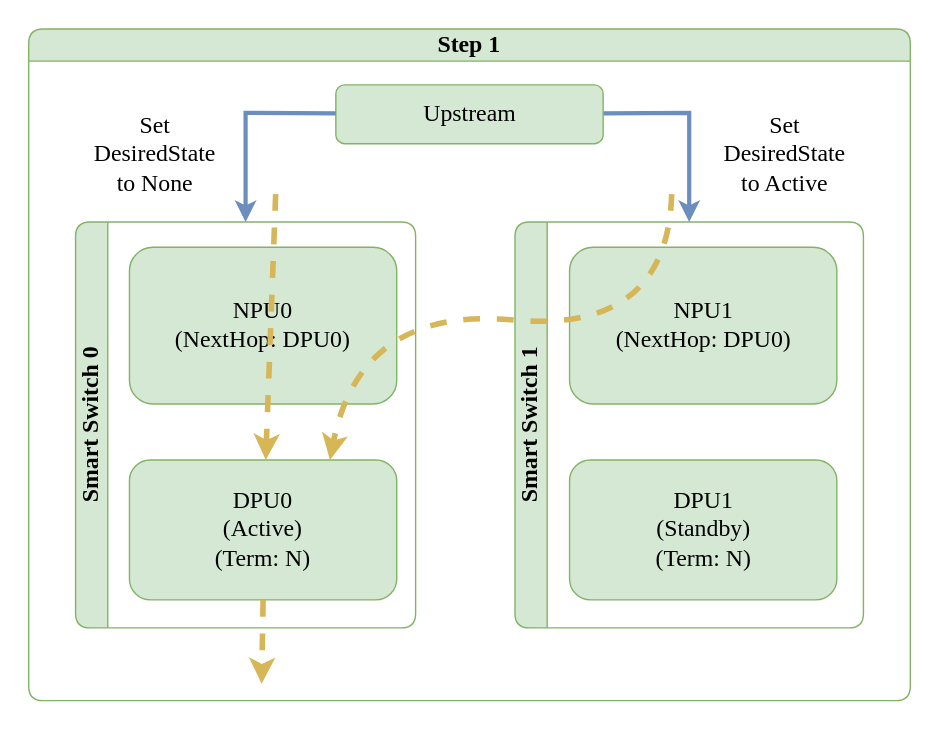
Above: doc/smart-switch/high-availability/images/ha-planned-events-switchover-step-1.svg in sonic-net/SONiC (draw.io), before the change. Source tidied: cells renumbered, new cells last; positions are measured from the earlier drawing's top-left corner, leaving out a move shared by most shapes.
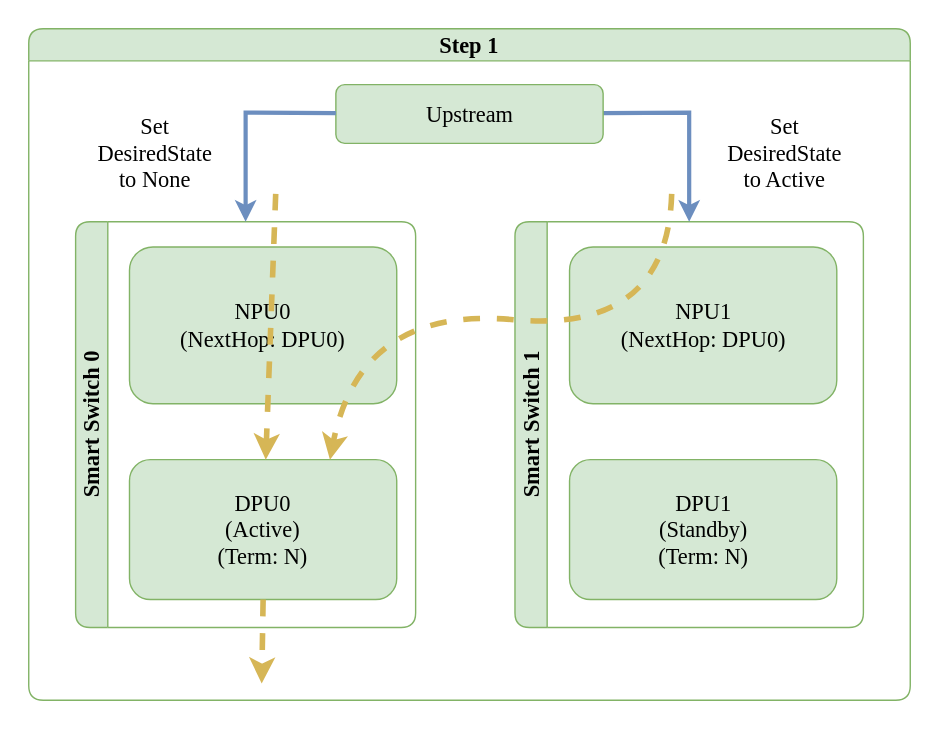
The same diagram one commit later.

Change to the diagram source:
```diff
@@ -2,33 +2,33 @@
   <root>
     <mxCell id="0" />
     <mxCell id="1" parent="0" />
-    <mxCell id="2" value="Step 1" style="swimlane;horizontal=1;whiteSpace=wrap;html=1;rounded=1;labelBorderColor=none;strokeColor=#82b366;fontFamily=Consolas;fontSize=17;startSize=23;fillColor=#d5e8d4;swimlaneFillColor=#FFFFFF;" parent="1" vertex="1">
+    <mxCell id="2" value="Step 1" style="swimlane;horizontal=1;whiteSpace=wrap;html=1;rounded=1;labelBorderColor=none;strokeColor=#82b366;fontFamily=Monaco;fontSize=16;startSize=23;fillColor=#d5e8d4;swimlaneFillColor=#FFFFFF;" parent="1" vertex="1">
       <mxGeometry width="630" height="480" as="geometry" />
     </mxCell>
-    <mxCell id="3" value="Smart Switch 0" style="swimlane;horizontal=0;whiteSpace=wrap;html=1;rounded=1;labelBorderColor=none;strokeColor=#82b366;fontFamily=Consolas;fontSize=17;startSize=23;fillColor=#d5e8d4;swimlaneFillColor=#FFFFFF;" parent="2" vertex="1">
+    <mxCell id="3" value="Smart Switch 0" style="swimlane;horizontal=0;whiteSpace=wrap;html=1;rounded=1;labelBorderColor=none;strokeColor=#82b366;fontFamily=Monaco;fontSize=16;startSize=23;fillColor=#d5e8d4;swimlaneFillColor=#FFFFFF;" parent="2" vertex="1">
       <mxGeometry x="33.5" y="138" width="243" height="290" as="geometry" />
     </mxCell>
-    <mxCell id="4" value="NPU0&lt;br style=&quot;font-size: 17px;&quot;&gt;(NextHop: DPU0)" style="rounded=1;whiteSpace=wrap;html=1;strokeColor=#82b366;fontFamily=Consolas;fontSize=17;startSize=23;fillColor=#d5e8d4;" parent="3" vertex="1">
+    <mxCell id="4" value="NPU0&lt;br style=&quot;font-size: 16px;&quot;&gt;(NextHop: DPU0)" style="rounded=1;whiteSpace=wrap;html=1;strokeColor=#82b366;fontFamily=Monaco;fontSize=16;startSize=23;fillColor=#d5e8d4;" parent="3" vertex="1">
       <mxGeometry x="38.5" y="18" width="191" height="112" as="geometry" />
     </mxCell>
-    <mxCell id="5" value="DPU0&lt;br style=&quot;border-color: var(--border-color); font-size: 17px;&quot;&gt;(Active)&lt;br style=&quot;border-color: var(--border-color); font-size: 17px;&quot;&gt;(Term: N)" style="rounded=1;whiteSpace=wrap;html=1;strokeColor=#82b366;fontFamily=Consolas;fontSize=17;startSize=23;fillColor=#d5e8d4;" parent="3" vertex="1">
+    <mxCell id="5" value="DPU0&lt;br style=&quot;border-color: var(--border-color); font-size: 16px;&quot;&gt;(Active)&lt;br style=&quot;border-color: var(--border-color); font-size: 16px;&quot;&gt;(Term: N)" style="rounded=1;whiteSpace=wrap;html=1;strokeColor=#82b366;fontFamily=Monaco;fontSize=16;startSize=23;fillColor=#d5e8d4;" parent="3" vertex="1">
       <mxGeometry x="38.5" y="170" width="191" height="100" as="geometry" />
     </mxCell>
-    <mxCell id="6" value="Smart Switch 1" style="swimlane;horizontal=0;whiteSpace=wrap;html=1;rounded=1;labelBorderColor=none;strokeColor=#82b366;fontFamily=Consolas;fontSize=17;startSize=23;fillColor=#d5e8d4;swimlaneFillColor=#FFFFFF;" parent="2" vertex="1">
+    <mxCell id="6" value="Smart Switch 1" style="swimlane;horizontal=0;whiteSpace=wrap;html=1;rounded=1;labelBorderColor=none;strokeColor=#82b366;fontFamily=Monaco;fontSize=16;startSize=23;fillColor=#d5e8d4;swimlaneFillColor=#FFFFFF;" parent="2" vertex="1">
       <mxGeometry x="347.5" y="138" width="249" height="290" as="geometry" />
     </mxCell>
-    <mxCell id="7" value="NPU1&lt;br style=&quot;font-size: 17px;&quot;&gt;(NextHop: DPU0)" style="rounded=1;whiteSpace=wrap;html=1;strokeColor=#82b366;fontFamily=Consolas;fontSize=17;startSize=23;fillColor=#d5e8d4;" parent="6" vertex="1">
+    <mxCell id="7" value="NPU1&lt;br style=&quot;font-size: 16px;&quot;&gt;(NextHop: DPU0)" style="rounded=1;whiteSpace=wrap;html=1;strokeColor=#82b366;fontFamily=Monaco;fontSize=16;startSize=23;fillColor=#d5e8d4;" parent="6" vertex="1">
       <mxGeometry x="39" y="18" width="191" height="112" as="geometry" />
     </mxCell>
-    <mxCell id="8" value="DPU1&lt;br style=&quot;border-color: var(--border-color); font-size: 17px;&quot;&gt;(Standby)&lt;br style=&quot;border-color: var(--border-color); font-size: 17px;&quot;&gt;(Term: N)" style="rounded=1;whiteSpace=wrap;html=1;strokeColor=#82b366;fontFamily=Consolas;fontSize=17;startSize=23;fillColor=#d5e8d4;" parent="6" vertex="1">
+    <mxCell id="8" value="DPU1&lt;br style=&quot;border-color: var(--border-color); font-size: 16px;&quot;&gt;(Standby)&lt;br style=&quot;border-color: var(--border-color); font-size: 16px;&quot;&gt;(Term: N)" style="rounded=1;whiteSpace=wrap;html=1;strokeColor=#82b366;fontFamily=Monaco;fontSize=16;startSize=23;fillColor=#d5e8d4;" parent="6" vertex="1">
       <mxGeometry x="39" y="170" width="191" height="100" as="geometry" />
     </mxCell>
-    <mxCell id="9" style="curved=1;endArrow=classic;html=1;rounded=0;fillColor=#fff2cc;strokeColor=#d6b656;strokeWidth=4;dashed=1;endFill=1;fontFamily=Consolas;fontSize=17;" parent="2" edge="1" target="5">
+    <mxCell id="9" style="curved=1;endArrow=classic;html=1;rounded=0;fillColor=#fff2cc;strokeColor=#d6b656;strokeWidth=4;dashed=1;endFill=1;fontFamily=Monaco;fontSize=16;" parent="2" edge="1" target="5">
       <mxGeometry relative="1" as="geometry">
         <mxPoint x="176.5" y="118" as="sourcePoint" />
       </mxGeometry>
     </mxCell>
-    <mxCell id="10" style="curved=1;endArrow=classic;html=1;rounded=0;entryX=0.75;entryY=0;entryDx=0;entryDy=0;fillColor=#fff2cc;strokeColor=#d6b656;strokeWidth=4;dashed=1;endFill=1;fontFamily=Consolas;fontSize=17;" parent="2" edge="1" target="5">
+    <mxCell id="10" style="curved=1;endArrow=classic;html=1;rounded=0;entryX=0.75;entryY=0;entryDx=0;entryDy=0;fillColor=#fff2cc;strokeColor=#d6b656;strokeWidth=4;dashed=1;endFill=1;fontFamily=Monaco;fontSize=16;" parent="2" edge="1" target="5">
       <mxGeometry relative="1" as="geometry">
         <mxPoint x="459.5" y="118" as="sourcePoint" />
         <Array as="points">
@@ -37,22 +37,22 @@
         </Array>
       </mxGeometry>
     </mxCell>
-    <mxCell id="11" style="endArrow=classic;html=1;rounded=0;fillColor=#fff2cc;strokeColor=#d6b656;strokeWidth=4;dashed=1;endFill=1;exitX=0.5;exitY=1;exitDx=0;exitDy=0;fontFamily=Consolas;fontSize=17;" parent="2" edge="1" source="5">
+    <mxCell id="11" style="endArrow=classic;html=1;rounded=0;fillColor=#fff2cc;strokeColor=#d6b656;strokeWidth=4;dashed=1;endFill=1;exitX=0.5;exitY=1;exitDx=0;exitDy=0;fontFamily=Monaco;fontSize=16;" parent="2" edge="1" source="5">
       <mxGeometry relative="1" as="geometry">
         <mxPoint x="166.5" y="468" as="targetPoint" />
       </mxGeometry>
     </mxCell>
-    <mxCell id="12" value="Set&lt;br style=&quot;font-size: 17px;&quot;&gt;DesiredState&lt;br style=&quot;font-size: 17px;&quot;&gt;to Active" style="endArrow=classic;startArrow=none;html=1;rounded=0;fillColor=#dae8fc;strokeColor=#6c8ebf;strokeWidth=3;fontFamily=Consolas;fontSize=17;startFill=0;endFill=1;labelBackgroundColor=none;entryX=0.5;entryY=0;entryDx=0;entryDy=0;" parent="2" edge="1" source="13" target="6">
+    <mxCell id="12" value="Set&lt;br style=&quot;font-size: 16px;&quot;&gt;DesiredState&lt;br style=&quot;font-size: 16px;&quot;&gt;to Active" style="endArrow=classic;startArrow=none;html=1;rounded=0;fillColor=#dae8fc;strokeColor=#6c8ebf;strokeWidth=3;fontFamily=Monaco;fontSize=16;startFill=0;endFill=1;labelBackgroundColor=none;entryX=0.5;entryY=0;entryDx=0;entryDy=0;" parent="2" edge="1" source="13" target="6">
       <mxGeometry x="0.31" y="68" relative="1" as="geometry">
         <Array as="points">
           <mxPoint x="472" y="60" />
         </Array>
       </mxGeometry>
     </mxCell>
-    <mxCell id="13" value="Upstream" style="rounded=1;whiteSpace=wrap;html=1;strokeColor=#82b366;fontFamily=Consolas;fontSize=17;startSize=23;fillColor=#d5e8d4;" parent="2" vertex="1">
+    <mxCell id="13" value="Upstream" style="rounded=1;whiteSpace=wrap;html=1;strokeColor=#82b366;fontFamily=Monaco;fontSize=16;startSize=23;fillColor=#d5e8d4;" parent="2" vertex="1">
       <mxGeometry x="219.5" y="40" width="191" height="42" as="geometry" />
     </mxCell>
-    <mxCell id="14" value="Set&lt;br style=&quot;font-size: 17px;&quot;&gt;DesiredState&lt;br style=&quot;font-size: 17px;&quot;&gt;to None" style="endArrow=classic;startArrow=none;html=1;rounded=0;fillColor=#dae8fc;strokeColor=#6c8ebf;strokeWidth=3;fontFamily=Consolas;fontSize=17;startFill=0;endFill=1;labelBackgroundColor=none;entryX=0.5;entryY=0;entryDx=0;entryDy=0;" parent="2" edge="1" source="13" target="3">
+    <mxCell id="14" value="Set&lt;br style=&quot;font-size: 16px;&quot;&gt;DesiredState&lt;br style=&quot;font-size: 16px;&quot;&gt;to None" style="endArrow=classic;startArrow=none;html=1;rounded=0;fillColor=#dae8fc;strokeColor=#6c8ebf;strokeWidth=3;fontFamily=Monaco;fontSize=16;startFill=0;endFill=1;labelBackgroundColor=none;entryX=0.5;entryY=0;entryDx=0;entryDy=0;" parent="2" edge="1" source="13" target="3">
       <mxGeometry x="0.33" y="-65" relative="1" as="geometry">
         <Array as="points">
           <mxPoint x="155" y="60" />
```
